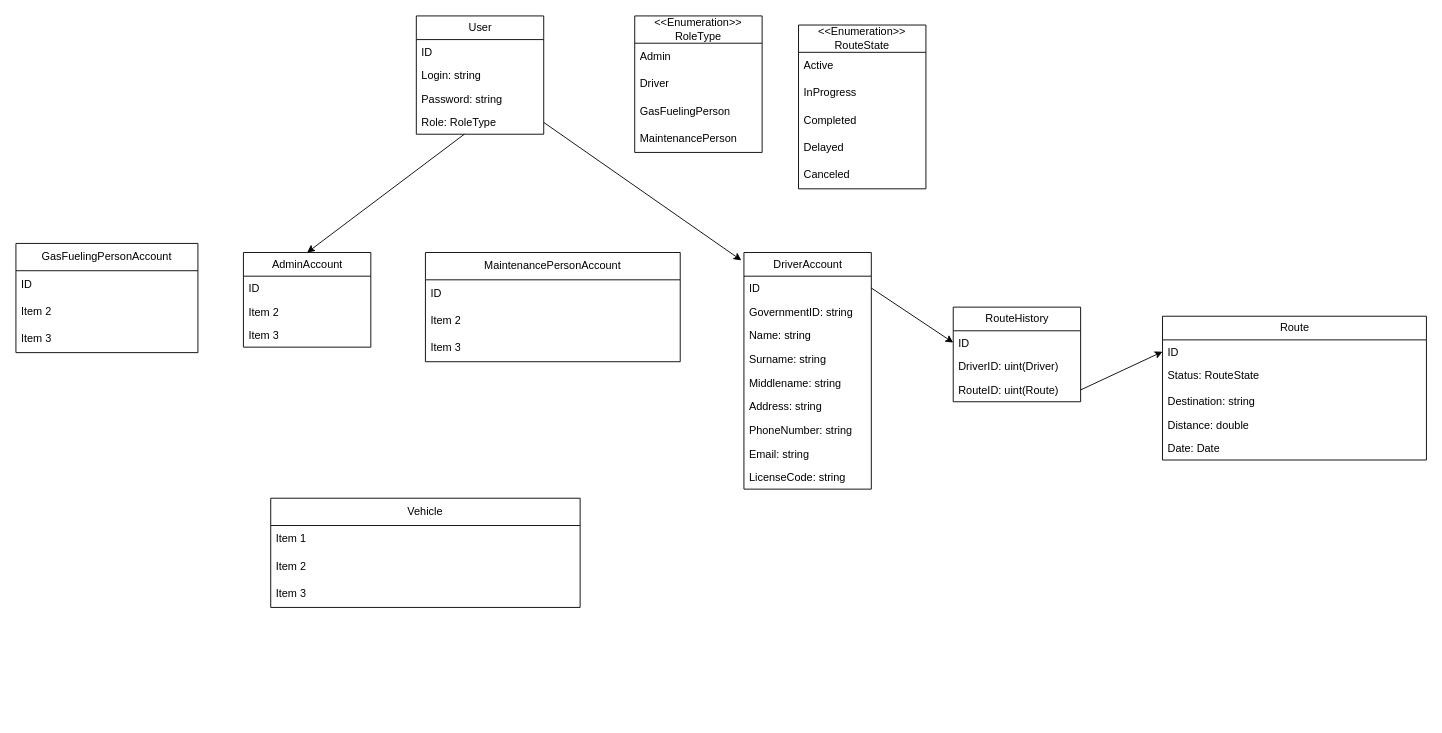
RamboXD/Vehicle-Management-System keeps this draw.io diagram as HelloWorldTeam.drawio. Above is the earlier version. Source tidied: cells renumbered, new cells numbered last; positions are measured from the earlier drawing's top-left corner, leaving out a move shared by most shapes. Both pictures are drawn from the tidied source at 91%, with x=0, y=0 at pixel (15, 15).
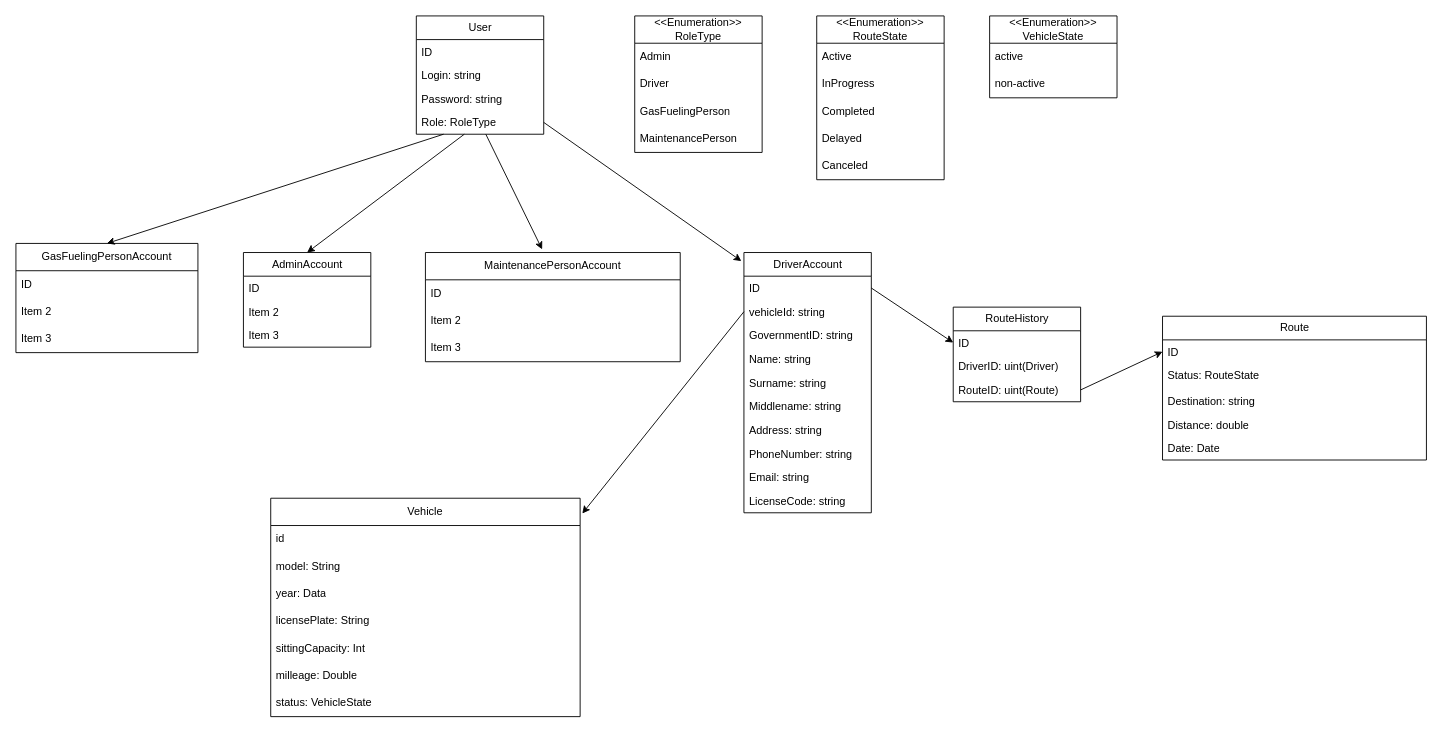
The same diagram, later.

Commit message:
car diagram ready

The change refers to these unchanged cells:
```xml
<mxCell id="26" value="Role: RoleType" style="text;strokeColor=none;fillColor=none;align=left;verticalAlign=top;spacingLeft=4;spacingRight=4;overflow=hidden;points=[[0,0.5],[1,0.5]];portConstraint=eastwest;whiteSpace=wrap;html=1;" parent="22" vertex="1">
  <mxGeometry y="104" width="140" height="26" as="geometry" />
</mxCell>
<mxCell id="44" value="GasFuelingPersonAccount" style="swimlane;fontStyle=0;horizontal=1;startSize=30;whiteSpace=wrap;html=1;" parent="1" vertex="1">
  <mxGeometry y="250" width="200" height="120" as="geometry" />
</mxCell>
<mxCell id="48" value="MaintenancePersonAccount" style="swimlane;fontStyle=0;horizontal=1;startSize=30;whiteSpace=wrap;html=1;" parent="1" vertex="1">
  <mxGeometry x="450" y="260" width="280" height="120" as="geometry" />
</mxCell>
```

What changed in the source:
```diff
@@
     <mxCell id="12" value="DriverAccount" style="swimlane;fontStyle=0;horizontal=1;startSize=26;fillColor=none;html=1;" parent="1" vertex="1">
-      <mxGeometry x="800" y="260" width="140" height="260" as="geometry" />
+      <mxGeometry x="800" y="260" width="140" height="286" as="geometry" />
     </mxCell>
@@
+    <mxCell id="58" value="vehicleId: string" style="text;strokeColor=none;fillColor=none;align=left;verticalAlign=top;spacingLeft=4;spacingRight=4;overflow=hidden;points=[[0,0.5],[1,0.5]];portConstraint=eastwest;whiteSpace=wrap;html=1;" parent="12" vertex="1">
+      <mxGeometry y="52" width="140" height="26" as="geometry" />
+    </mxCell>
     <mxCell id="14" value="GovernmentID: string" style="text;strokeColor=none;fillColor=none;align=left;verticalAlign=top;spacingLeft=4;spacingRight=4;overflow=hidden;whiteSpace=wrap;html=1;" parent="12" vertex="1">
-      <mxGeometry y="52" width="140" height="26" as="geometry" />
+      <mxGeometry y="78" width="140" height="26" as="geometry" />
     </mxCell>
     <mxCell id="15" value="Name: string" style="text;strokeColor=none;fillColor=none;align=left;verticalAlign=top;spacingLeft=4;spacingRight=4;overflow=hidden;whiteSpace=wrap;html=1;" parent="12" vertex="1">
-      <mxGeometry y="78" width="140" height="26" as="geometry" />
+      <mxGeometry y="104" width="140" height="26" as="geometry" />
     </mxCell>
     <mxCell id="16" value="Surname: string" style="text;strokeColor=none;fillColor=none;align=left;verticalAlign=top;spacingLeft=4;spacingRight=4;overflow=hidden;whiteSpace=wrap;html=1;" parent="12" vertex="1">
-      <mxGeometry y="104" width="140" height="26" as="geometry" />
+      <mxGeometry y="130" width="140" height="26" as="geometry" />
     </mxCell>
     <mxCell id="17" value="Middlename: string" style="text;strokeColor=none;fillColor=none;align=left;verticalAlign=top;spacingLeft=4;spacingRight=4;overflow=hidden;whiteSpace=wrap;html=1;" parent="12" vertex="1">
-      <mxGeometry y="130" width="140" height="26" as="geometry" />
+      <mxGeometry y="156" width="140" height="26" as="geometry" />
     </mxCell>
     <mxCell id="18" value="Address: string" style="text;strokeColor=none;fillColor=none;align=left;verticalAlign=top;spacingLeft=4;spacingRight=4;overflow=hidden;whiteSpace=wrap;html=1;" parent="12" vertex="1">
-      <mxGeometry y="156" width="140" height="26" as="geometry" />
+      <mxGeometry y="182" width="140" height="26" as="geometry" />
     </mxCell>
     <mxCell id="19" value="PhoneNumber: string" style="text;strokeColor=none;fillColor=none;align=left;verticalAlign=top;spacingLeft=4;spacingRight=4;overflow=hidden;whiteSpace=wrap;html=1;" parent="12" vertex="1">
-      <mxGeometry y="182" width="140" height="26" as="geometry" />
+      <mxGeometry y="208" width="140" height="26" as="geometry" />
     </mxCell>
     <mxCell id="20" value="Email: string" style="text;strokeColor=none;fillColor=none;align=left;verticalAlign=top;spacingLeft=4;spacingRight=4;overflow=hidden;whiteSpace=wrap;html=1;" parent="12" vertex="1">
-      <mxGeometry y="208" width="140" height="26" as="geometry" />
+      <mxGeometry y="234" width="140" height="26" as="geometry" />
     </mxCell>
     <mxCell id="21" value="LicenseCode: string" style="text;strokeColor=none;fillColor=none;align=left;verticalAlign=top;spacingLeft=4;spacingRight=4;overflow=hidden;whiteSpace=wrap;html=1;" parent="12" vertex="1">
-      <mxGeometry y="234" width="140" height="26" as="geometry" />
+      <mxGeometry y="260" width="140" height="26" as="geometry" />
     </mxCell>
@@
     <mxCell id="38" value="&amp;lt;&amp;lt;Enumeration&amp;gt;&amp;gt;&lt;br&gt;RouteState" style="swimlane;fontStyle=0;horizontal=1;startSize=30;whiteSpace=wrap;html=1;" parent="1" vertex="1">
-      <mxGeometry x="860" y="10" width="140" height="180" as="geometry" />
+      <mxGeometry x="880" width="140" height="180" as="geometry" />
     </mxCell>
@@
     <mxCell id="54" value="Vehicle" style="swimlane;fontStyle=0;horizontal=1;startSize=30;whiteSpace=wrap;html=1;" parent="1" vertex="1">
-      <mxGeometry x="280" y="530" width="340" height="120" as="geometry" />
+      <mxGeometry x="280" y="530" width="340" height="240" as="geometry" />
     </mxCell>
-    <mxCell id="55" value="Item 1" style="text;strokeColor=none;fillColor=none;align=left;verticalAlign=middle;spacingLeft=4;spacingRight=4;overflow=hidden;whiteSpace=wrap;html=1;" parent="54" vertex="1">
+    <mxCell id="55" value="id" style="text;strokeColor=none;fillColor=none;align=left;verticalAlign=middle;spacingLeft=4;spacingRight=4;overflow=hidden;whiteSpace=wrap;html=1;" parent="54" vertex="1">
       <mxGeometry y="30" width="340" height="30" as="geometry" />
     </mxCell>
-    <mxCell id="56" value="Item 2" style="text;strokeColor=none;fillColor=none;align=left;verticalAlign=middle;spacingLeft=4;spacingRight=4;overflow=hidden;whiteSpace=wrap;html=1;" parent="54" vertex="1">
+    <mxCell id="56" value="model: String" style="text;strokeColor=none;fillColor=none;align=left;verticalAlign=middle;spacingLeft=4;spacingRight=4;overflow=hidden;whiteSpace=wrap;html=1;" parent="54" vertex="1">
       <mxGeometry y="60" width="340" height="30" as="geometry" />
     </mxCell>
-    <mxCell id="57" value="Item 3" style="text;strokeColor=none;fillColor=none;align=left;verticalAlign=middle;spacingLeft=4;spacingRight=4;overflow=hidden;whiteSpace=wrap;html=1;" parent="54" vertex="1">
+    <mxCell id="57" value="year: Data" style="text;strokeColor=none;fillColor=none;align=left;verticalAlign=middle;spacingLeft=4;spacingRight=4;overflow=hidden;whiteSpace=wrap;html=1;" parent="54" vertex="1">
       <mxGeometry y="90" width="340" height="30" as="geometry" />
     </mxCell>
+    <mxCell id="59" value="licensePlate: String" style="text;strokeColor=none;fillColor=none;align=left;verticalAlign=middle;spacingLeft=4;spacingRight=4;overflow=hidden;whiteSpace=wrap;html=1;" parent="54" vertex="1">
+      <mxGeometry y="120" width="340" height="30" as="geometry" />
+    </mxCell>
+    <mxCell id="60" value="sittingCapacity: Int" style="text;strokeColor=none;fillColor=none;align=left;verticalAlign=middle;spacingLeft=4;spacingRight=4;overflow=hidden;whiteSpace=wrap;html=1;" parent="54" vertex="1">
+      <mxGeometry y="150" width="340" height="30" as="geometry" />
+    </mxCell>
+    <mxCell id="61" value="milleage: Double" style="text;strokeColor=none;fillColor=none;align=left;verticalAlign=middle;spacingLeft=4;spacingRight=4;overflow=hidden;whiteSpace=wrap;html=1;" parent="54" vertex="1">
+      <mxGeometry y="180" width="340" height="30" as="geometry" />
+    </mxCell>
+    <mxCell id="62" value="status: VehicleState&amp;nbsp;" style="text;strokeColor=none;fillColor=none;align=left;verticalAlign=middle;spacingLeft=4;spacingRight=4;overflow=hidden;whiteSpace=wrap;html=1;" parent="54" vertex="1">
+      <mxGeometry y="210" width="340" height="30" as="geometry" />
+    </mxCell>
+    <mxCell id="63" style="edgeStyle=none;html=1;entryX=0.5;entryY=0;entryDx=0;entryDy=0;" parent="1" edge="1" source="26" target="44">
+      <mxGeometry relative="1" as="geometry" />
+    </mxCell>
+    <mxCell id="64" style="edgeStyle=none;html=1;entryX=0.458;entryY=-0.029;entryDx=0;entryDy=0;entryPerimeter=0;" parent="1" edge="1" source="26" target="48">
+      <mxGeometry relative="1" as="geometry" />
+    </mxCell>
+    <mxCell id="65" value="&amp;lt;&amp;lt;Enumeration&amp;gt;&amp;gt;&lt;br&gt;VehicleState" style="swimlane;fontStyle=0;horizontal=1;startSize=30;whiteSpace=wrap;html=1;" parent="1" vertex="1">
+      <mxGeometry x="1070" width="140" height="90" as="geometry" />
+    </mxCell>
+    <mxCell id="66" value="active" style="text;strokeColor=none;fillColor=none;align=left;verticalAlign=middle;spacingLeft=4;spacingRight=4;overflow=hidden;whiteSpace=wrap;html=1;" parent="65" vertex="1">
+      <mxGeometry y="30" width="140" height="30" as="geometry" />
+    </mxCell>
+    <mxCell id="67" value="non-active" style="text;strokeColor=none;fillColor=none;align=left;verticalAlign=middle;spacingLeft=4;spacingRight=4;overflow=hidden;whiteSpace=wrap;html=1;" parent="65" vertex="1">
+      <mxGeometry y="60" width="140" height="30" as="geometry" />
+    </mxCell>
+    <mxCell id="68" style="edgeStyle=none;html=1;entryX=1.007;entryY=0.07;entryDx=0;entryDy=0;entryPerimeter=0;exitX=0;exitY=0.5;exitDx=0;exitDy=0;" parent="1" edge="1" source="58" target="54">
+      <mxGeometry relative="1" as="geometry" />
+    </mxCell>
```
